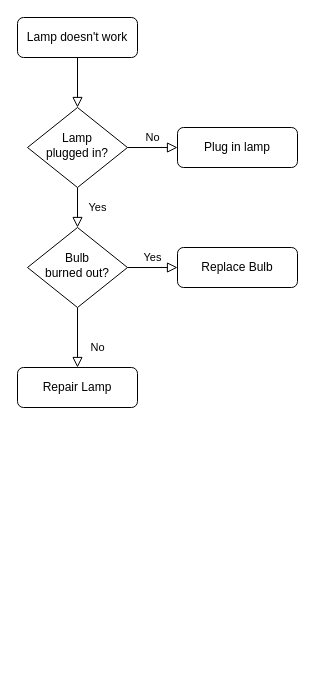
Earlier version of the draw.io diagram penny Bank_flow.drawio (hojinWoo/pennyBank). Source tidied: cells renumbered, new cells numbered last; positions are measured from the earlier drawing's top-left corner, leaving out a move shared by most shapes. Both pictures are drawn from the tidied source at 100%, with x=0, y=0 at pixel (17, 17).
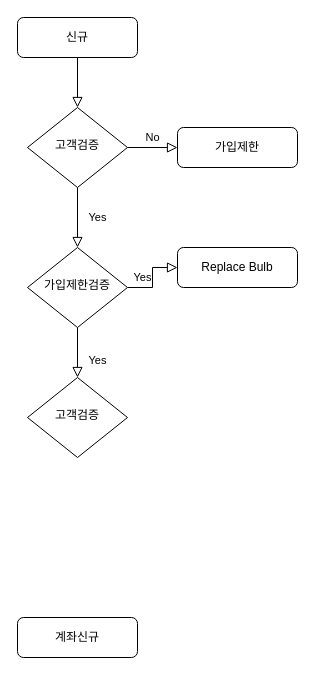
After the change.

The edit, as a diff of the source:
```diff
@@
 <mxGraphModel>
   <root>
     <mxCell id="0" />
     <mxCell id="1" parent="0" />
     <mxCell id="2" style="rounded=0;html=1;jettySize=auto;fontSize=11;endArrow=block;endFill=0;endSize=8;strokeWidth=1;shadow=0;labelBackgroundColor=none;edgeStyle=orthogonalEdgeStyle;" parent="1" edge="1" source="3" target="6">
       <mxGeometry relative="1" as="geometry" />
     </mxCell>
-    <mxCell id="3" value="Lamp doesn't work" style="rounded=1;whiteSpace=wrap;html=1;fontSize=12;glass=0;strokeWidth=1;shadow=0;" parent="1" vertex="1">
+    <mxCell id="3" value="신규" style="rounded=1;whiteSpace=wrap;html=1;fontSize=12;glass=0;strokeWidth=1;shadow=0;" parent="1" vertex="1">
       <mxGeometry width="120" height="40" as="geometry" />
     </mxCell>
     <mxCell id="4" value="Yes" style="rounded=0;html=1;jettySize=auto;fontSize=11;endArrow=block;endFill=0;endSize=8;strokeWidth=1;shadow=0;labelBackgroundColor=none;edgeStyle=orthogonalEdgeStyle;" parent="1" edge="1" source="6" target="10">
       <mxGeometry y="20" relative="1" as="geometry" />
     </mxCell>
     <mxCell id="5" value="No" style="edgeStyle=orthogonalEdgeStyle;rounded=0;html=1;jettySize=auto;fontSize=11;endArrow=block;endFill=0;endSize=8;strokeWidth=1;shadow=0;labelBackgroundColor=none;" parent="1" edge="1" source="6" target="7">
       <mxGeometry y="10" relative="1" as="geometry" />
     </mxCell>
-    <mxCell id="6" value="Lamp&lt;br&gt;plugged in?" style="rhombus;whiteSpace=wrap;html=1;shadow=0;fontFamily=Helvetica;fontSize=12;align=center;strokeWidth=1;spacing=6;spacingTop=-4;" parent="1" vertex="1">
+    <mxCell id="6" value="고객검증" style="rhombus;whiteSpace=wrap;html=1;shadow=0;fontFamily=Helvetica;fontSize=12;align=center;strokeWidth=1;spacing=6;spacingTop=-4;" parent="1" vertex="1">
       <mxGeometry x="10" y="90" width="100" height="80" as="geometry" />
     </mxCell>
-    <mxCell id="7" value="Plug in lamp" style="rounded=1;whiteSpace=wrap;html=1;fontSize=12;glass=0;strokeWidth=1;shadow=0;" parent="1" vertex="1">
+    <mxCell id="7" value="가입제한" style="rounded=1;whiteSpace=wrap;html=1;fontSize=12;glass=0;strokeWidth=1;shadow=0;" parent="1" vertex="1">
       <mxGeometry x="160" y="110" width="120" height="40" as="geometry" />
     </mxCell>
-    <mxCell id="8" value="No" style="rounded=0;html=1;jettySize=auto;fontSize=11;endArrow=block;endFill=0;endSize=8;strokeWidth=1;shadow=0;labelBackgroundColor=none;edgeStyle=orthogonalEdgeStyle;" parent="1" edge="1" source="10" target="11">
+    <mxCell id="8" value="Yes" style="rounded=0;html=1;jettySize=auto;fontSize=11;endArrow=block;endFill=0;endSize=8;strokeWidth=1;shadow=0;labelBackgroundColor=none;edgeStyle=orthogonalEdgeStyle;entryX=0.5;entryY=0;entryDx=0;entryDy=0;" parent="1" edge="1" source="10" target="13">
       <mxGeometry x="0.33" y="20" relative="1" as="geometry" />
     </mxCell>
     <mxCell id="9" value="Yes" style="edgeStyle=orthogonalEdgeStyle;rounded=0;html=1;jettySize=auto;fontSize=11;endArrow=block;endFill=0;endSize=8;strokeWidth=1;shadow=0;labelBackgroundColor=none;" parent="1" edge="1" source="10" target="12">
       <mxGeometry y="10" relative="1" as="geometry" />
     </mxCell>
-    <mxCell id="10" value="Bulb&lt;br&gt;burned out?" style="rhombus;whiteSpace=wrap;html=1;shadow=0;fontFamily=Helvetica;fontSize=12;align=center;strokeWidth=1;spacing=6;spacingTop=-4;" parent="1" vertex="1">
-      <mxGeometry x="10" y="210" width="100" height="80" as="geometry" />
+    <mxCell id="10" value="가입제한검증" style="rhombus;whiteSpace=wrap;html=1;shadow=0;fontFamily=Helvetica;fontSize=12;align=center;strokeWidth=1;spacing=6;spacingTop=-4;" parent="1" vertex="1">
+      <mxGeometry x="10" y="230" width="100" height="80" as="geometry" />
     </mxCell>
-    <mxCell id="11" value="Repair Lamp" style="rounded=1;whiteSpace=wrap;html=1;fontSize=12;glass=0;strokeWidth=1;shadow=0;" parent="1" vertex="1">
-      <mxGeometry y="350" width="120" height="40" as="geometry" />
+    <mxCell id="11" value="계좌신규" style="rounded=1;whiteSpace=wrap;html=1;fontSize=12;glass=0;strokeWidth=1;shadow=0;" parent="1" vertex="1">
+      <mxGeometry y="600" width="120" height="40" as="geometry" />
     </mxCell>
     <mxCell id="12" value="Replace Bulb" style="rounded=1;whiteSpace=wrap;html=1;fontSize=12;glass=0;strokeWidth=1;shadow=0;" parent="1" vertex="1">
       <mxGeometry x="160" y="230" width="120" height="40" as="geometry" />
     </mxCell>
+    <mxCell id="13" value="고객검증" style="rhombus;whiteSpace=wrap;html=1;shadow=0;fontFamily=Helvetica;fontSize=12;align=center;strokeWidth=1;spacing=6;spacingTop=-4;" parent="1" vertex="1">
+      <mxGeometry x="10" y="360" width="100" height="80" as="geometry" />
+    </mxCell>
   </root>
 </mxGraphModel>
```
